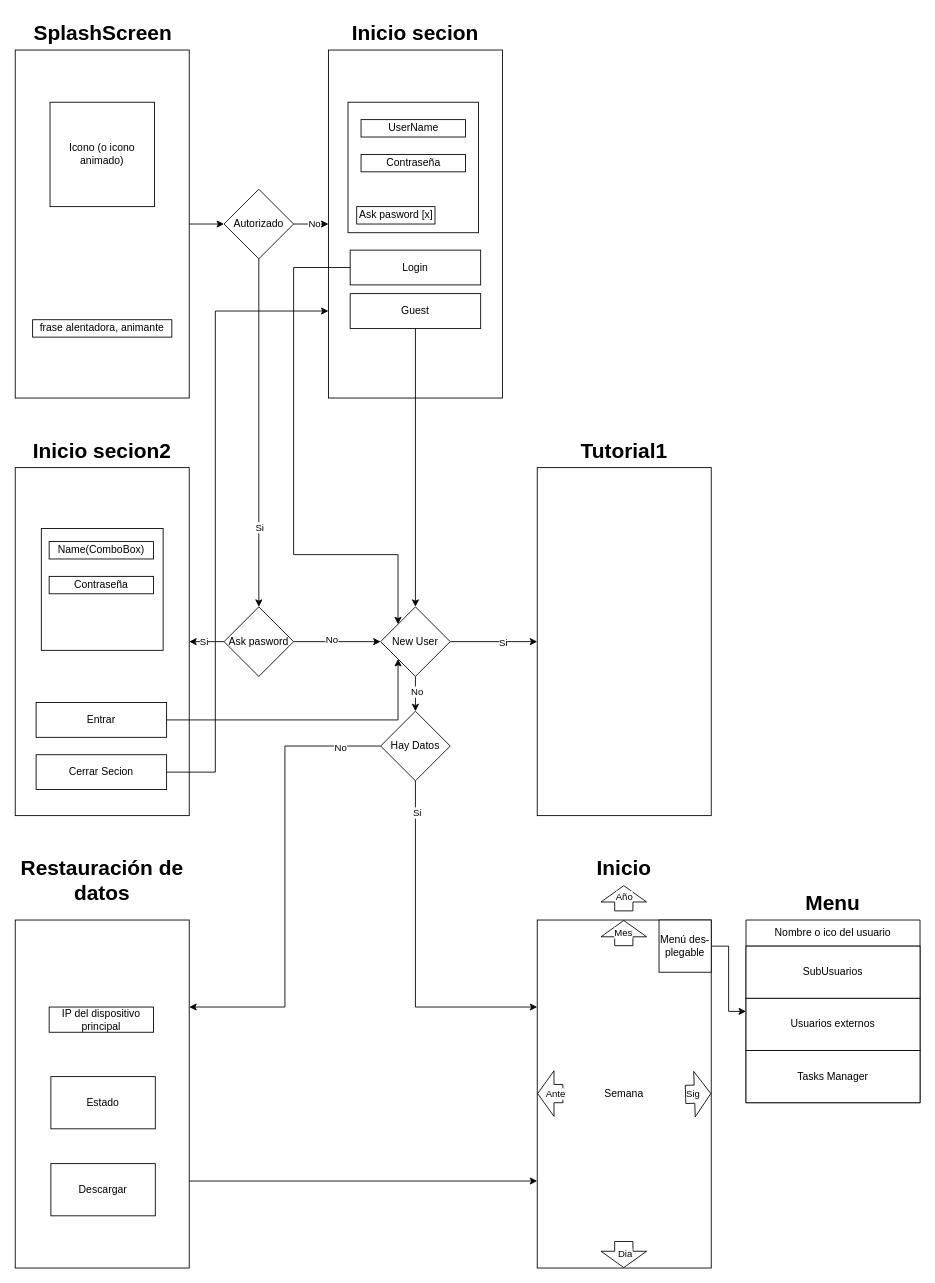
Gosha1030/ProyectoIntermodularGeorgii keeps this draw.io diagram as DisenoPrevio.drawio. Above is the earlier version. Source tidied: cells renumbered, new cells numbered last; positions are measured from the earlier drawing's top-left corner, leaving out a move shared by most shapes. Both pictures are drawn from the tidied source at 87%, with x=0, y=0 at pixel (15, 15).
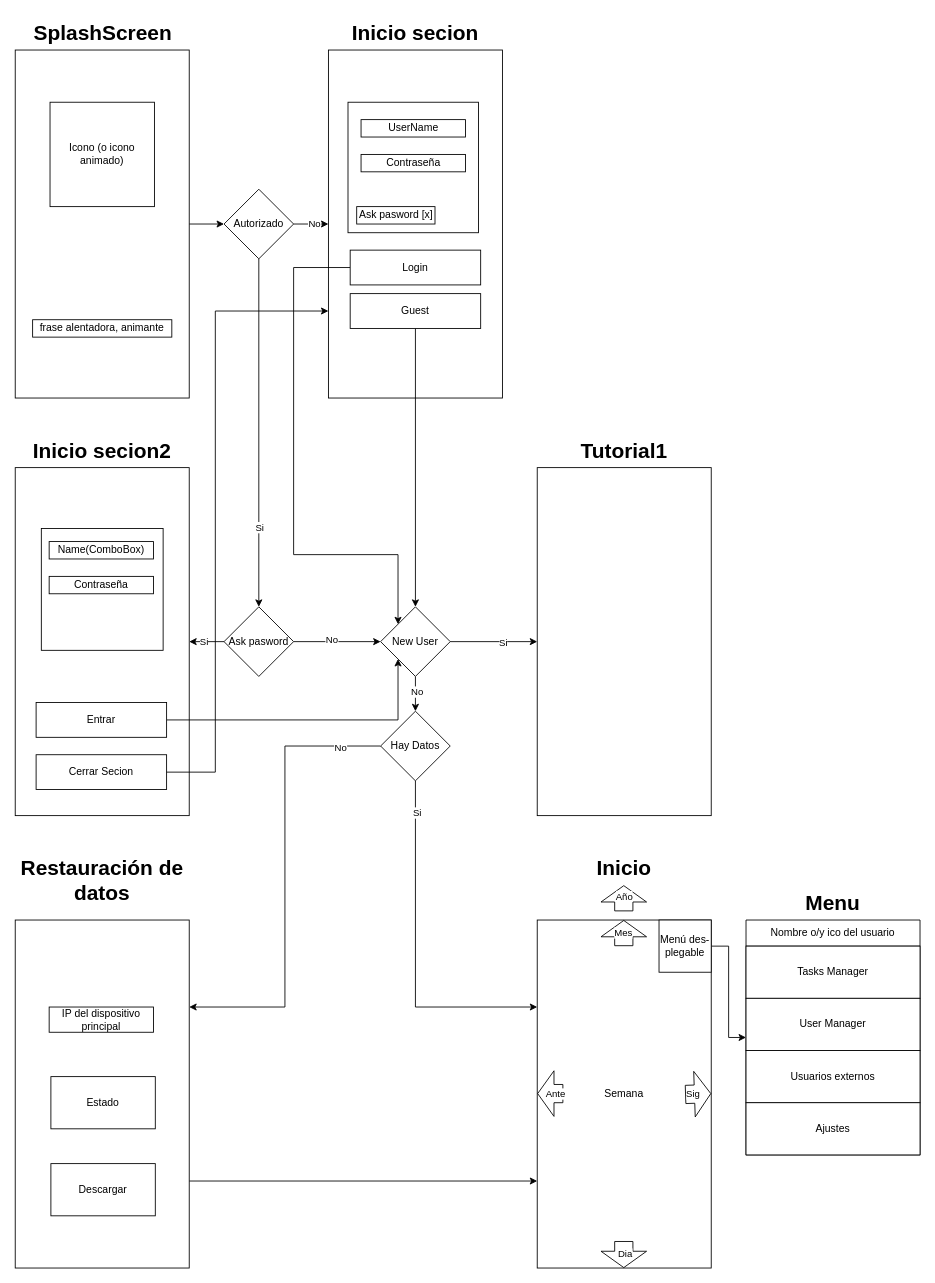
The same page after the edit.

Diff of the diagram source:
```diff
@@
-    <mxCell id="68" value="&lt;span style=&quot;background-color: transparent; color: light-dark(rgb(0, 0, 0), rgb(255, 255, 255));&quot;&gt;Nombre o ico del usuario&lt;/span&gt;" style="rounded=0;whiteSpace=wrap;html=1;labelBackgroundColor=none;shape=swimlane;fontStyle=0;startSize=30;horizontal=1;" parent="1" vertex="1">
-      <mxGeometry x="840" y="1040" width="200" height="210" as="geometry" />
+    <mxCell id="68" value="&lt;span style=&quot;background-color: transparent; color: light-dark(rgb(0, 0, 0), rgb(255, 255, 255));&quot;&gt;Nombre o/y ico del usuario&lt;/span&gt;" style="rounded=0;whiteSpace=wrap;html=1;labelBackgroundColor=none;shape=swimlane;fontStyle=0;startSize=30;horizontal=1;" parent="1" vertex="1">
+      <mxGeometry x="840" y="1040" width="200" height="270" as="geometry" />
     </mxCell>
-    <mxCell id="69" value="SubUsuarios" style="rounded=0;whiteSpace=wrap;html=1;" parent="68" vertex="1">
-      <mxGeometry y="30" width="200" height="60" as="geometry" />
-    </mxCell>
+    <mxCell id="71" value="Tasks Manager" style="rounded=0;whiteSpace=wrap;html=1;" parent="68" vertex="1">
+      <mxGeometry y="30" width="200" height="60" as="geometry" />
+    </mxCell>
+    <mxCell id="73" value="User Manager" style="rounded=0;whiteSpace=wrap;html=1;" parent="68" vertex="1">
+      <mxGeometry y="90" width="200" height="60" as="geometry" />
+    </mxCell>
     <mxCell id="70" value="Usuarios externos" style="rounded=0;whiteSpace=wrap;html=1;" parent="68" vertex="1">
-      <mxGeometry y="90" width="200" height="60" as="geometry" />
+      <mxGeometry y="150" width="200" height="60" as="geometry" />
     </mxCell>
-    <mxCell id="71" value="Tasks Manager" style="rounded=0;whiteSpace=wrap;html=1;" parent="68" vertex="1">
-      <mxGeometry y="150" width="200" height="60" as="geometry" />
-    </mxCell>
+    <mxCell id="74" value="Ajustes" style="rounded=0;whiteSpace=wrap;html=1;" parent="68" vertex="1">
+      <mxGeometry y="210" width="200" height="60" as="geometry" />
+    </mxCell>
```
